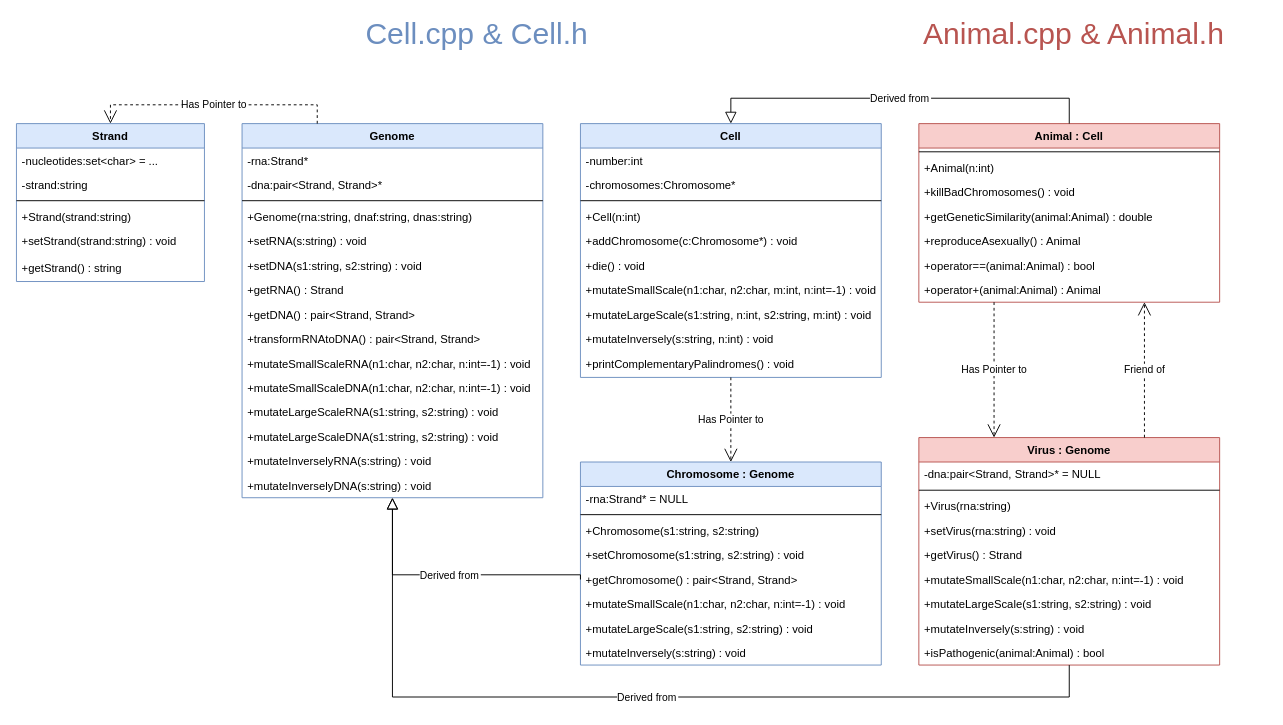
Before: schema/classes.drawio in k-forghani/class-of-life, a draw.io diagram. Source tidied: cells renumbered, new cells numbered last; positions are measured from the earlier drawing's top-left corner, leaving out a move shared by most shapes. Both pictures are drawn from the tidied source at 94%, with x=0, y=0 at pixel (16, 20).
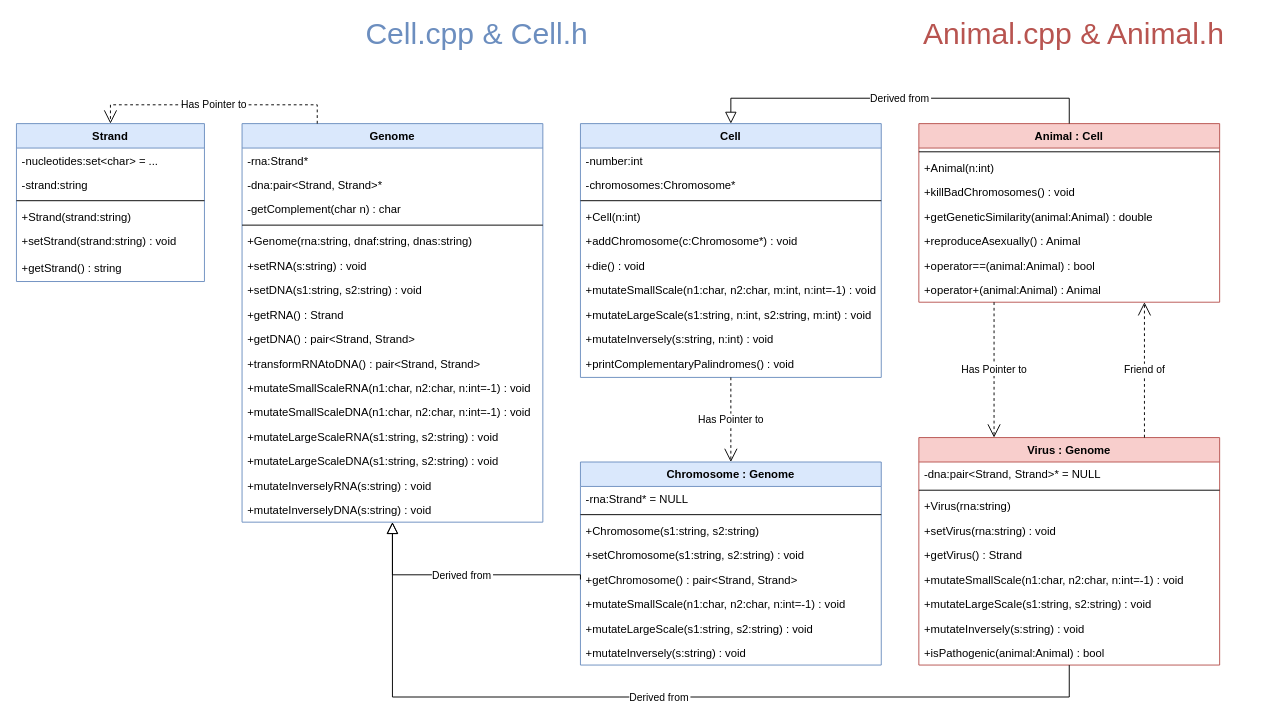
Above is the later version.

Commit message (it also covers changes not shown here):
Modified class schema

Diff of the diagram source:
```diff
@@
     <mxCell id="2" value="Genome" style="swimlane;fontStyle=1;align=center;verticalAlign=top;horizontal=1;startSize=26;rounded=0;shadow=0;strokeWidth=1;fillColor=#dae8fc;strokeColor=#6c8ebf;gradientColor=none;swimlaneFillColor=default;" parent="1" vertex="1">
-      <mxGeometry x="240" y="110" width="320" height="398" as="geometry" />
+      <mxGeometry x="240" y="110" width="320" height="424" as="geometry" />
     </mxCell>
@@
+    <mxCell id="72" value="-getComplement(char n) : char" style="text;align=left;verticalAlign=top;spacingLeft=4;spacingRight=4;overflow=hidden;" parent="2" vertex="1">
+      <mxGeometry y="78" width="320" height="26" as="geometry" />
+    </mxCell>
     <mxCell id="5" style="line;html=1;strokeWidth=1;align=left;verticalAlign=middle;spacingTop=-1;spacingLeft=3;spacingRight=3;labelPosition=right;" parent="2" vertex="1">
-      <mxGeometry y="78" width="320" height="8" as="geometry" />
+      <mxGeometry y="104" width="320" height="8" as="geometry" />
     </mxCell>
     <mxCell id="6" value="+Genome(rna:string, dnaf:string, dnas:string)" style="text;align=left;verticalAlign=top;spacingLeft=4;spacingRight=4;overflow=hidden;" parent="2" vertex="1">
-      <mxGeometry y="86" width="320" height="26" as="geometry" />
+      <mxGeometry y="112" width="320" height="26" as="geometry" />
     </mxCell>
     <mxCell id="7" value="+setRNA(s:string) : void" style="text;align=left;verticalAlign=top;spacingLeft=4;spacingRight=4;overflow=hidden;" parent="2" vertex="1">
-      <mxGeometry y="112" width="320" height="26" as="geometry" />
+      <mxGeometry y="138" width="320" height="26" as="geometry" />
     </mxCell>
     <mxCell id="8" value="+setDNA(s1:string, s2:string) : void" style="text;align=left;verticalAlign=top;spacingLeft=4;spacingRight=4;overflow=hidden;" parent="2" vertex="1">
-      <mxGeometry y="138" width="320" height="26" as="geometry" />
+      <mxGeometry y="164" width="320" height="26" as="geometry" />
     </mxCell>
     <mxCell id="9" value="+getRNA() : Strand" style="text;align=left;verticalAlign=top;spacingLeft=4;spacingRight=4;overflow=hidden;" parent="2" vertex="1">
-      <mxGeometry y="164" width="320" height="26" as="geometry" />
+      <mxGeometry y="190" width="320" height="26" as="geometry" />
     </mxCell>
     <mxCell id="10" value="+getDNA() : pair&lt;Strand, Strand&gt;" style="text;align=left;verticalAlign=top;spacingLeft=4;spacingRight=4;overflow=hidden;" parent="2" vertex="1">
-      <mxGeometry y="190" width="320" height="26" as="geometry" />
+      <mxGeometry y="216" width="320" height="26" as="geometry" />
     </mxCell>
     <mxCell id="11" value="+transformRNAtoDNA() : pair&lt;Strand, Strand&gt;" style="text;align=left;verticalAlign=top;spacingLeft=4;spacingRight=4;overflow=hidden;" parent="2" vertex="1">
-      <mxGeometry y="216" width="320" height="26" as="geometry" />
+      <mxGeometry y="242" width="320" height="26" as="geometry" />
     </mxCell>
     <mxCell id="12" value="+mutateSmallScaleRNA(n1:char, n2:char, n:int=-1) : void" style="text;align=left;verticalAlign=top;spacingLeft=4;spacingRight=4;overflow=hidden;" parent="2" vertex="1">
-      <mxGeometry y="242" width="320" height="26" as="geometry" />
+      <mxGeometry y="268" width="320" height="26" as="geometry" />
     </mxCell>
     <mxCell id="13" value="+mutateSmallScaleDNA(n1:char, n2:char, n:int=-1) : void" style="text;align=left;verticalAlign=top;spacingLeft=4;spacingRight=4;overflow=hidden;" parent="2" vertex="1">
-      <mxGeometry y="268" width="320" height="26" as="geometry" />
+      <mxGeometry y="294" width="320" height="26" as="geometry" />
     </mxCell>
     <mxCell id="14" value="+mutateLargeScaleRNA(s1:string, s2:string) : void" style="text;align=left;verticalAlign=top;spacingLeft=4;spacingRight=4;overflow=hidden;" parent="2" vertex="1">
-      <mxGeometry y="294" width="320" height="26" as="geometry" />
+      <mxGeometry y="320" width="320" height="26" as="geometry" />
     </mxCell>
     <mxCell id="15" value="+mutateLargeScaleDNA(s1:string, s2:string) : void" style="text;align=left;verticalAlign=top;spacingLeft=4;spacingRight=4;overflow=hidden;" parent="2" vertex="1">
-      <mxGeometry y="320" width="320" height="26" as="geometry" />
+      <mxGeometry y="346" width="320" height="26" as="geometry" />
     </mxCell>
     <mxCell id="16" value="+mutateInverselyRNA(s:string) : void" style="text;align=left;verticalAlign=top;spacingLeft=4;spacingRight=4;overflow=hidden;" parent="2" vertex="1">
-      <mxGeometry y="346" width="320" height="26" as="geometry" />
+      <mxGeometry y="372" width="320" height="26" as="geometry" />
     </mxCell>
     <mxCell id="17" value="+mutateInverselyDNA(s:string) : void" style="text;align=left;verticalAlign=top;spacingLeft=4;spacingRight=4;overflow=hidden;" parent="2" vertex="1">
-      <mxGeometry y="372" width="320" height="26" as="geometry" />
+      <mxGeometry y="398" width="320" height="26" as="geometry" />
     </mxCell>
```
